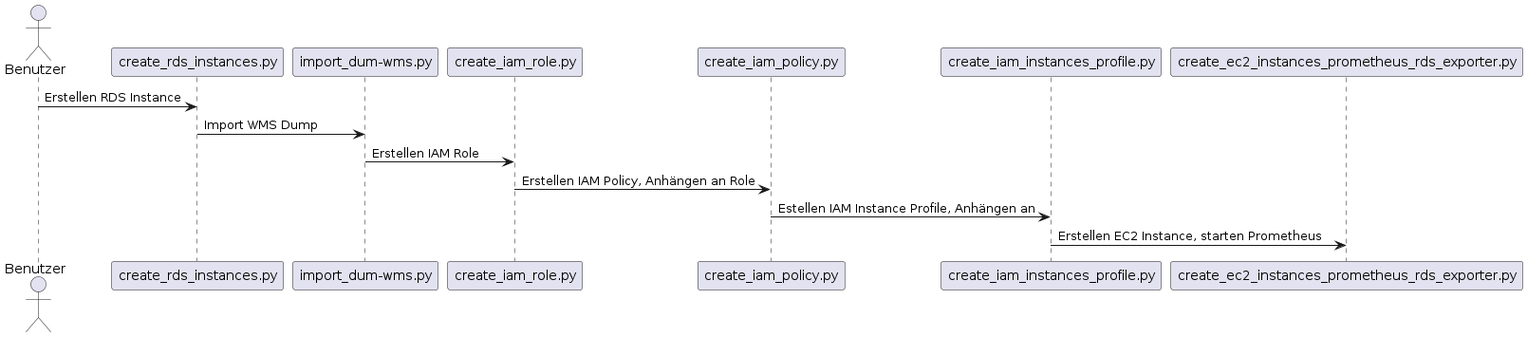
Before: diagrams/Sequenzdiagramm_Deployment.png, a diagram exported from PlantUML (blro-ep/ITCNE23-SEM-III). The source it was exported from:
```plantuml
@startuml Sequenzdiagramm_Deployment
actor Benutzer
participant "create_rds_instances.py" as RDS
participant "import_dum-wms.py" as WMS
participant "create_iam_role.py" as Role
participant "create_iam_policy.py" as Policy
participant "create_iam_instances_profile.py" as Profile
participant "create_ec2_instances_prometheus_rds_exporter.py" as EC2

Benutzer -> RDS: Erstellen RDS Instance
RDS -> WMS: Import WMS Dump
WMS -> Role: Erstellen IAM Role
Role -> Policy:  Erstellen IAM Policy, Anhängen an Role
Policy -> Profile: Estellen IAM Instance Profile, Anhängen an
Profile -> EC2: Erstellen EC2 Instance, starten Prometheus
@enduml
```
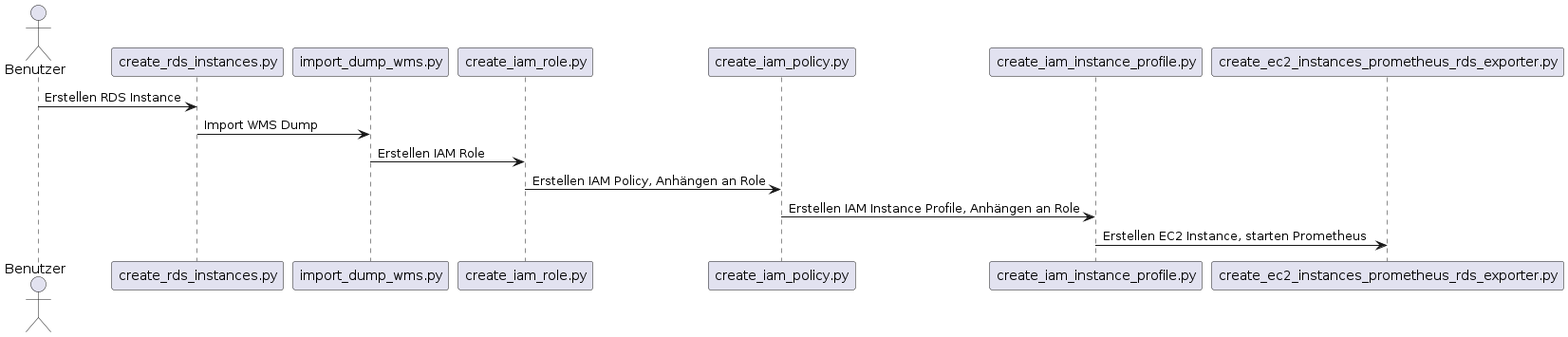
The same file after the commit.

The edit, as a diff of the source:
```diff
@@ -1,16 +1,16 @@
 @startuml Sequenzdiagramm_Deployment
 actor Benutzer
 participant "create_rds_instances.py" as RDS
-participant "import_dum-wms.py" as WMS
+participant "import_dump_wms.py" as WMS
 participant "create_iam_role.py" as Role
 participant "create_iam_policy.py" as Policy
-participant "create_iam_instances_profile.py" as Profile
+participant "create_iam_instance_profile.py" as Profile
 participant "create_ec2_instances_prometheus_rds_exporter.py" as EC2
 
 Benutzer -> RDS: Erstellen RDS Instance
 RDS -> WMS: Import WMS Dump
 WMS -> Role: Erstellen IAM Role
-Role -> Policy:  Erstellen IAM Policy, Anhängen an Role
-Policy -> Profile: Estellen IAM Instance Profile, Anhängen an
+Role -> Policy: Erstellen IAM Policy, Anhängen an Role
+Policy -> Profile: Erstellen IAM Instance Profile, Anhängen an Role
 Profile -> EC2: Erstellen EC2 Instance, starten Prometheus
 @enduml
```
